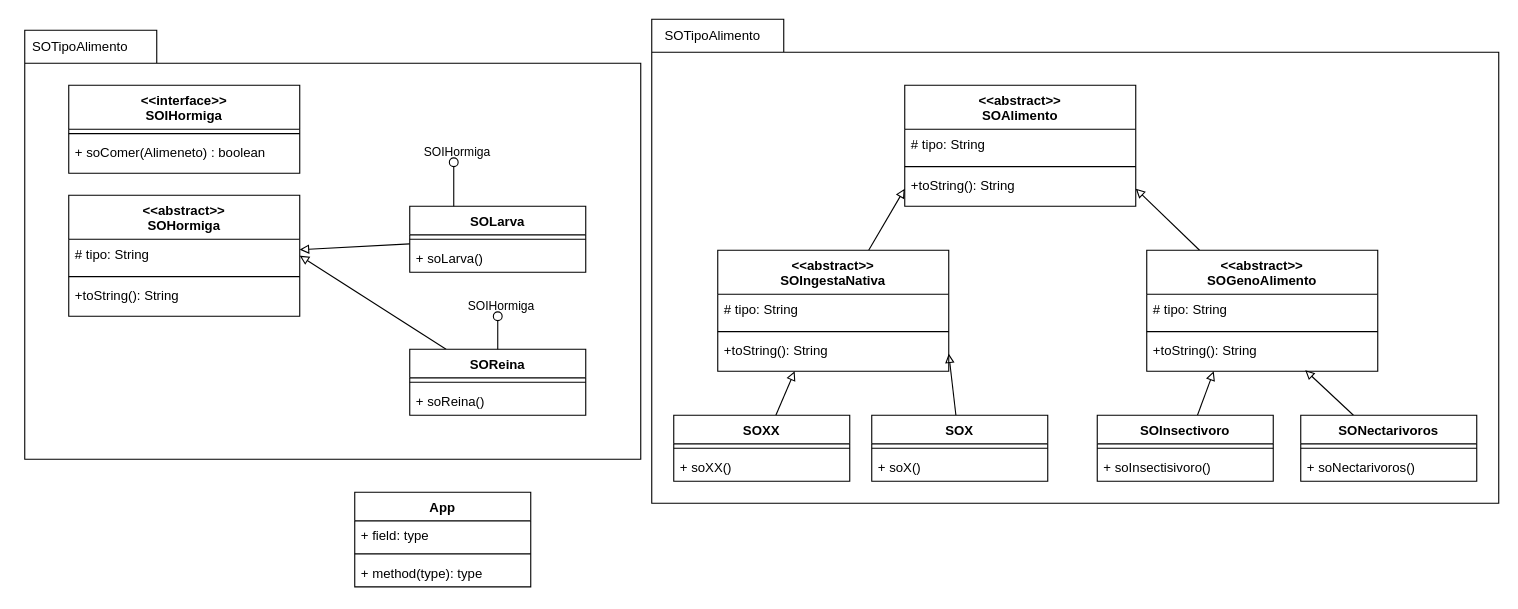
Above: desing/DC_EcuaFauna2k24.drawio in venuzBG/SOEcuaFauna2k24A (draw.io), before the change. Source tidied: cells renumbered, new cells numbered last; positions are measured from the earlier drawing's top-left corner, leaving out a move shared by most shapes. Both pictures are drawn from the tidied source at 110%, with x=0, y=0 at pixel (19, 19).
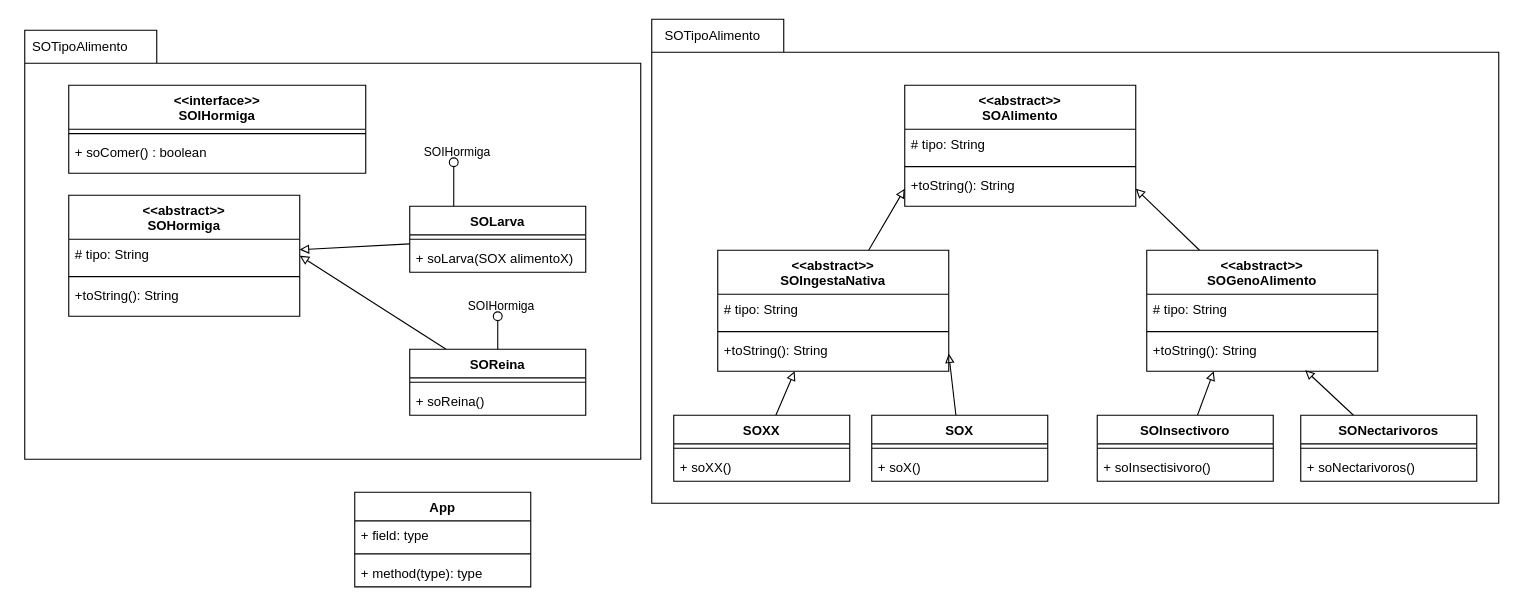
The same diagram, later.

The change refers to these unchanged cells:
```xml
<mxCell id="16" value="SOLarva" style="swimlane;fontStyle=1;align=center;verticalAlign=top;horizontal=1;startSize=26;" parent="1" vertex="1">
  <mxGeometry x="355" y="170" width="160" height="60" as="geometry" />
</mxCell>
```

Change to the diagram source:
```diff
@@
     <mxCell id="12" value="&lt;&lt;interface&gt;&gt;&#10;SOIHormiga" style="swimlane;fontStyle=1;align=center;verticalAlign=top;horizontal=1;startSize=40;" parent="1" vertex="1">
-      <mxGeometry x="45" y="60" width="210" height="80" as="geometry" />
+      <mxGeometry x="45" y="60" width="270" height="80" as="geometry" />
     </mxCell>
     <mxCell id="13" style="line;strokeWidth=1;fillColor=none;align=left;verticalAlign=middle;spacingTop=-1;spacingLeft=3;spacingRight=3;labelPosition=right;strokeColor=inherit;" parent="12" vertex="1">
-      <mxGeometry y="40" width="210" height="8" as="geometry" />
+      <mxGeometry y="40" width="270" height="8" as="geometry" />
     </mxCell>
-    <mxCell id="14" value="+ soComer(Alimeneto) : boolean" style="text;strokeColor=none;fillColor=none;align=left;verticalAlign=top;spacingLeft=4;spacingRight=4;overflow=hidden;fontStyle=0;" parent="12" vertex="1">
-      <mxGeometry y="48" width="210" height="32" as="geometry" />
+    <mxCell id="14" value="+ soComer() : boolean" style="text;strokeColor=none;fillColor=none;align=left;verticalAlign=top;spacingLeft=4;spacingRight=4;overflow=hidden;fontStyle=0;" parent="12" vertex="1">
+      <mxGeometry y="48" width="270" height="32" as="geometry" />
     </mxCell>
@@
-    <mxCell id="18" value="+ soLarva()" style="text;strokeColor=none;fillColor=none;align=left;verticalAlign=top;spacingLeft=4;spacingRight=4;overflow=hidden;" parent="16" vertex="1">
+    <mxCell id="18" value="+ soLarva(SOX alimentoX)" style="text;strokeColor=none;fillColor=none;align=left;verticalAlign=top;spacingLeft=4;spacingRight=4;overflow=hidden;" parent="16" vertex="1">
       <mxGeometry y="34" width="160" height="26" as="geometry" />
     </mxCell>
```
